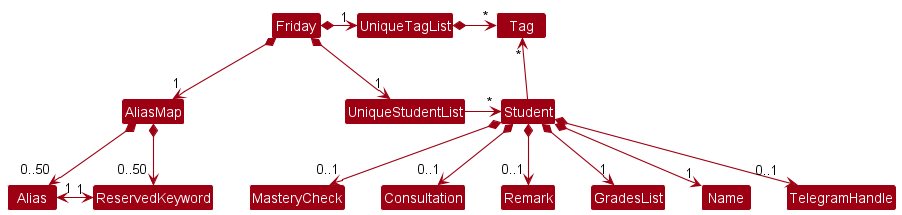
This is docs/images/BetterModelClassDiagram.png from nus-cs2103-AY2223S1/tp, a PlantUML export, as it was before one commit.
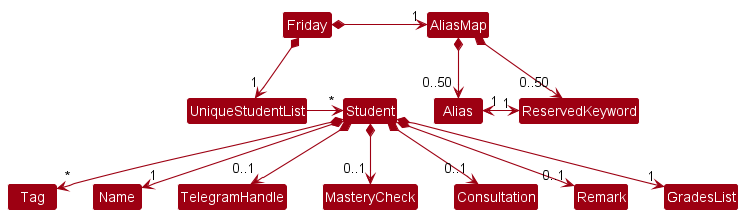
After the commit.

Change to the diagram source:
```diff
@@ -4,16 +4,12 @@
 skinparam arrowColor MODEL_COLOR
 skinparam classBackgroundColor MODEL_COLOR
 
-Friday *-right-> "1" UniqueStudentList
-Friday *-right-> "1" UniqueTagList
-Friday *-down-> "1" AliasMap
-UniqueTagList -[hidden]down- UniqueStudentList
-UniqueTagList -[hidden]down- UniqueStudentList
+Friday *-down-> "1" UniqueStudentList
+Friday *-right-> "1" AliasMap
 
-UniqueTagList *-right-> "*" Tag
 UniqueStudentList -right-> "*" Student
 
-Student -up-> "*" Tag
+Student *--> "*" Tag
 
 Student *--> "1" Name
 Student *--> "0..1" TelegramHandle
```
